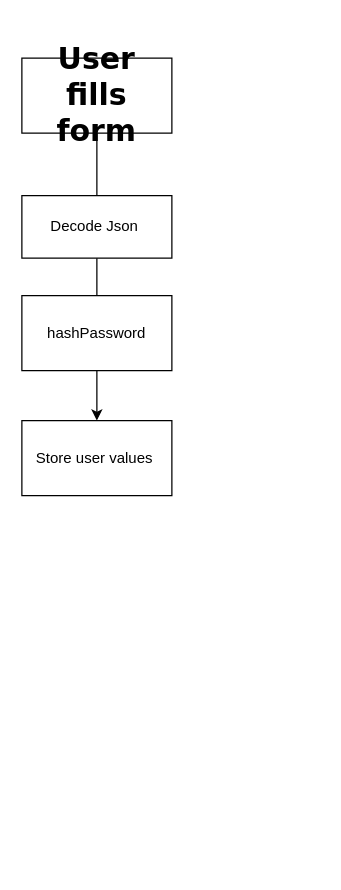
Above: api/handler.drawio in OlayiwolaSherrifSalawu/theTicketing (draw.io), before the change. Source tidied: cells renumbered, new cells numbered last; positions are measured from the earlier drawing's top-left corner, leaving out a move shared by most shapes. Both pictures are drawn from the tidied source at 125%, with x=0, y=0 at pixel (21, 58).
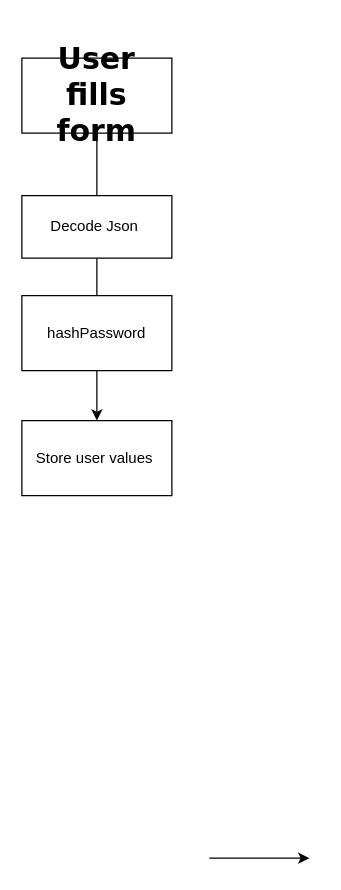
After the change.

What changed in the source:
```diff
@@
 <mxGraphModel>
   <root>
     <mxCell id="0" />
     <mxCell id="1" parent="0" />
     <mxCell id="2" style="edgeStyle=none;html=1;" parent="1" edge="1" source="3">
       <mxGeometry relative="1" as="geometry">
         <mxPoint x="60" y="120" as="targetPoint" />
       </mxGeometry>
     </mxCell>
     <mxCell id="3" value="&lt;h1&gt;&lt;font face=&quot;Verdana&quot;&gt;User fills form&lt;/font&gt;&lt;/h1&gt;" style="rounded=0;whiteSpace=wrap;html=1;" parent="1" vertex="1">
       <mxGeometry width="120" height="60" as="geometry" />
     </mxCell>
     <mxCell id="4" style="edgeStyle=none;html=1;" parent="1" edge="1" source="5">
       <mxGeometry relative="1" as="geometry">
         <mxPoint x="60" y="250" as="targetPoint" />
       </mxGeometry>
     </mxCell>
     <mxCell id="5" value="Decode Json&amp;nbsp;" style="whiteSpace=wrap;html=1;rounded=0;" parent="1" vertex="1">
       <mxGeometry y="110" width="120" height="50" as="geometry" />
     </mxCell>
     <mxCell id="6" style="edgeStyle=none;html=1;" parent="1" edge="1" source="7" target="8">
       <mxGeometry relative="1" as="geometry" />
     </mxCell>
     <mxCell id="7" value="hashPassword" style="whiteSpace=wrap;html=1;rounded=0;" parent="1" vertex="1">
       <mxGeometry y="190" width="120" height="60" as="geometry" />
     </mxCell>
     <mxCell id="8" value="Store user values&amp;nbsp;" style="whiteSpace=wrap;html=1;rounded=0;" parent="1" vertex="1">
       <mxGeometry y="290" width="120" height="60" as="geometry" />
     </mxCell>
+    <mxCell id="9" style="edgeStyle=none;orthogonalLoop=1;jettySize=auto;html=1;" parent="1" edge="1">
+      <mxGeometry relative="1" as="geometry">
+        <mxPoint x="150" y="640" as="sourcePoint" />
+        <mxPoint x="230" y="640" as="targetPoint" />
+      </mxGeometry>
+    </mxCell>
   </root>
 </mxGraphModel>
```
